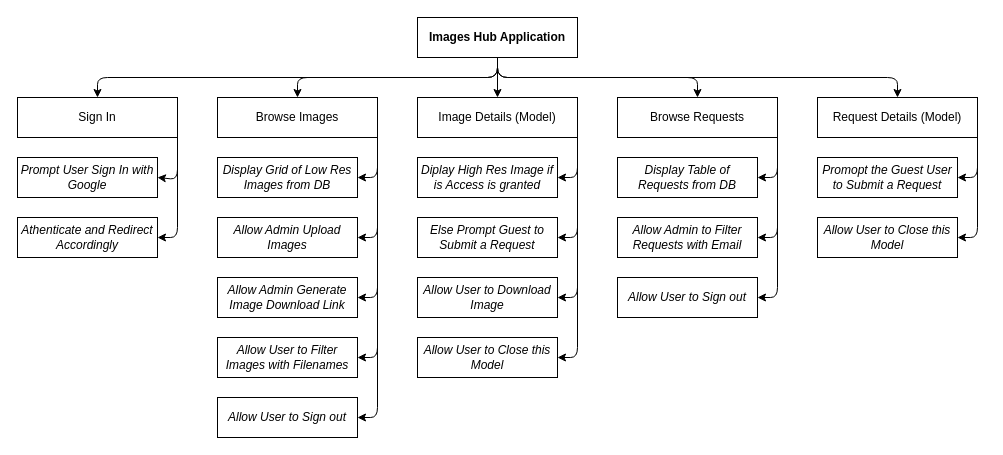
Above: design/decomposition.drawio in ska-sa/images-hub (draw.io), before the change. Source tidied: cells renumbered, new cells numbered last; positions are measured from the earlier drawing's top-left corner, leaving out a move shared by most shapes. Both pictures are drawn from the tidied source at 100%, with x=0, y=0 at pixel (17, 17).
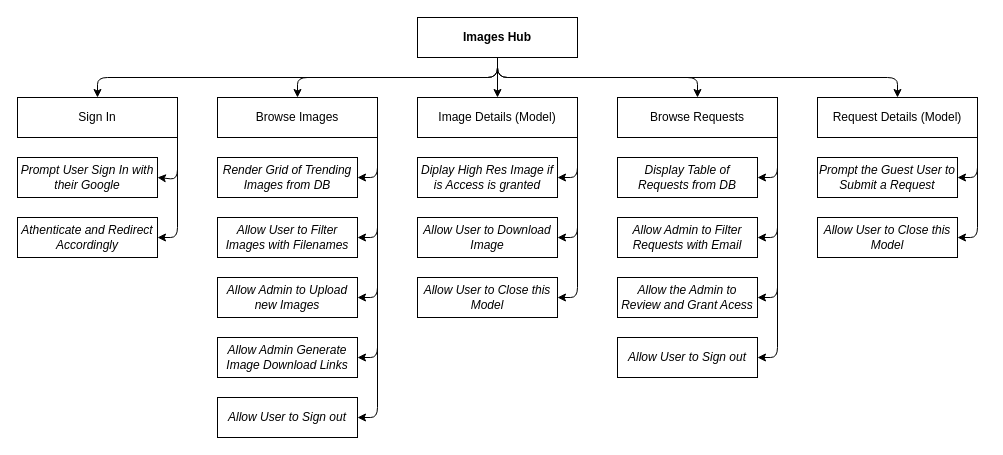
The same diagram, later.

Commit message:
Updated Image Server block name

Unchanged cells that the change refers to:
```xml
<mxCell id="21" value="&lt;span&gt;&lt;font style=&quot;color: rgb(0, 0, 0);&quot;&gt;Image Details (Model)&lt;/font&gt;&lt;/span&gt;" style="rounded=0;whiteSpace=wrap;html=1;labelBackgroundColor=none;strokeColor=#000000;strokeWidth=1;fontColor=#000000;fillColor=#FFFFFF;fontStyle=0;" parent="1" vertex="1">
  <mxGeometry x="400" y="80" width="160" height="40" as="geometry" />
</mxCell>
<mxCell id="25" value="&lt;span&gt;&lt;font style=&quot;color: rgb(0, 0, 0);&quot;&gt;Browse Requests&lt;/font&gt;&lt;/span&gt;" style="rounded=0;whiteSpace=wrap;html=1;labelBackgroundColor=none;strokeColor=#000000;strokeWidth=1;fontColor=#000000;fillColor=#FFFFFF;fontStyle=0;" parent="1" vertex="1">
  <mxGeometry x="600" y="80" width="160" height="40" as="geometry" />
</mxCell>
```

What changed in the source:
```diff
@@
-    <mxCell id="7" value="&lt;b&gt;&lt;font style=&quot;color: rgb(0, 0, 0);&quot;&gt;Images Hub Application&lt;/font&gt;&lt;/b&gt;" style="rounded=0;whiteSpace=wrap;html=1;labelBackgroundColor=none;strokeColor=#000000;strokeWidth=1;fontColor=#000000;fillColor=#FFFFFF;" parent="1" vertex="1">
+    <mxCell id="7" value="&lt;b&gt;&lt;font style=&quot;color: rgb(0, 0, 0);&quot;&gt;Images Hub&lt;/font&gt;&lt;/b&gt;" style="rounded=0;whiteSpace=wrap;html=1;labelBackgroundColor=none;strokeColor=#000000;strokeWidth=1;fontColor=#000000;fillColor=#FFFFFF;" parent="1" vertex="1">
       <mxGeometry x="400" width="160" height="40" as="geometry" />
     </mxCell>
@@
-    <mxCell id="20" style="edgeStyle=none;html=1;exitX=1;exitY=1;exitDx=0;exitDy=0;entryX=1;entryY=0.5;entryDx=0;entryDy=0;" parent="1" edge="1" source="21" target="35">
-      <mxGeometry relative="1" as="geometry">
-        <Array as="points">
-          <mxPoint x="560" y="340" />
-        </Array>
-      </mxGeometry>
-    </mxCell>
@@
+    <mxCell id="45" style="edgeStyle=none;html=1;exitX=1;exitY=1;exitDx=0;exitDy=0;entryX=1;entryY=0.5;entryDx=0;entryDy=0;" parent="1" edge="1" source="25" target="46">
+      <mxGeometry relative="1" as="geometry">
+        <Array as="points">
+          <mxPoint x="760" y="340" />
+        </Array>
+      </mxGeometry>
+    </mxCell>
@@
-    <mxCell id="30" value="&lt;span style=&quot;color: rgb(0, 0, 0);&quot;&gt;Allow Admin Generate Image Download Link&lt;/span&gt;" style="rounded=0;whiteSpace=wrap;html=1;labelBackgroundColor=none;strokeColor=#000000;strokeWidth=1;fontColor=#000000;fillColor=#FFFFFF;fontStyle=2;" parent="1" vertex="1">
+    <mxCell id="30" value="&lt;span style=&quot;color: rgb(0, 0, 0);&quot;&gt;Allow Admin to Upload new Images&lt;/span&gt;" style="rounded=0;whiteSpace=wrap;html=1;labelBackgroundColor=none;strokeColor=#000000;strokeWidth=1;fontColor=#000000;fillColor=#FFFFFF;fontStyle=2;" parent="1" vertex="1">
       <mxGeometry x="200" y="260" width="140" height="40" as="geometry" />
     </mxCell>
-    <mxCell id="31" value="&lt;span style=&quot;color: rgb(0, 0, 0);&quot;&gt;Allow User to Filter Images with Filenames&lt;/span&gt;" style="rounded=0;whiteSpace=wrap;html=1;labelBackgroundColor=none;strokeColor=#000000;strokeWidth=1;fontColor=#000000;fillColor=#FFFFFF;fontStyle=2;" parent="1" vertex="1">
+    <mxCell id="31" value="&lt;span style=&quot;color: rgb(0, 0, 0);&quot;&gt;Allow Admin Generate Image Download Links&lt;/span&gt;" style="rounded=0;whiteSpace=wrap;html=1;labelBackgroundColor=none;strokeColor=#000000;strokeWidth=1;fontColor=#000000;fillColor=#FFFFFF;fontStyle=2;" parent="1" vertex="1">
       <mxGeometry x="200" y="320" width="140" height="40" as="geometry" />
     </mxCell>
@@
-    <mxCell id="33" value="Else Prompt Guest to Submit a Request" style="rounded=0;whiteSpace=wrap;html=1;labelBackgroundColor=none;strokeColor=#000000;strokeWidth=1;fontColor=#000000;fillColor=#FFFFFF;fontStyle=2;" parent="1" vertex="1">
+    <mxCell id="33" value="&lt;span style=&quot;color: rgb(0, 0, 0);&quot;&gt;Allow User to Download Image&lt;/span&gt;" style="rounded=0;whiteSpace=wrap;html=1;labelBackgroundColor=none;strokeColor=#000000;strokeWidth=1;fontColor=#000000;fillColor=#FFFFFF;fontStyle=2;" parent="1" vertex="1">
       <mxGeometry x="400" y="200" width="140" height="40" as="geometry" />
     </mxCell>
-    <mxCell id="34" value="Display Grid of Low Res Images from DB" style="rounded=0;whiteSpace=wrap;html=1;labelBackgroundColor=none;strokeColor=#000000;strokeWidth=1;fontColor=#000000;fillColor=#FFFFFF;fontStyle=2;" parent="1" vertex="1">
+    <mxCell id="34" value="Render Grid of Trending Images from DB" style="rounded=0;whiteSpace=wrap;html=1;labelBackgroundColor=none;strokeColor=#000000;strokeWidth=1;fontColor=#000000;fillColor=#FFFFFF;fontStyle=2;" parent="1" vertex="1">
       <mxGeometry x="200" y="140" width="140" height="40" as="geometry" />
     </mxCell>
-    <mxCell id="35" value="Allow User to Close this Model" style="rounded=0;whiteSpace=wrap;html=1;labelBackgroundColor=none;strokeColor=#000000;strokeWidth=1;fontColor=#000000;fillColor=#FFFFFF;fontStyle=2;" parent="1" vertex="1">
-      <mxGeometry x="400" y="320" width="140" height="40" as="geometry" />
-    </mxCell>
@@
-    <mxCell id="38" value="Allow User to Sign out" style="rounded=0;whiteSpace=wrap;html=1;labelBackgroundColor=none;strokeColor=#000000;strokeWidth=1;fontColor=#000000;fillColor=#FFFFFF;fontStyle=2;" parent="1" vertex="1">
+    <mxCell id="38" value="Allow the Admin to Review and Grant Acess" style="rounded=0;whiteSpace=wrap;html=1;labelBackgroundColor=none;strokeColor=#000000;strokeWidth=1;fontColor=#000000;fillColor=#FFFFFF;fontStyle=2;" parent="1" vertex="1">
       <mxGeometry x="600" y="260" width="140" height="40" as="geometry" />
     </mxCell>
@@
-    <mxCell id="40" value="Promopt the Guest User to Submit a Request" style="rounded=0;whiteSpace=wrap;html=1;labelBackgroundColor=none;strokeColor=#000000;strokeWidth=1;fontColor=#000000;fillColor=#FFFFFF;fontStyle=2;" parent="1" vertex="1">
+    <mxCell id="40" value="Prompt the Guest User to Submit a Request" style="rounded=0;whiteSpace=wrap;html=1;labelBackgroundColor=none;strokeColor=#000000;strokeWidth=1;fontColor=#000000;fillColor=#FFFFFF;fontStyle=2;" parent="1" vertex="1">
       <mxGeometry x="800" y="140" width="140" height="40" as="geometry" />
     </mxCell>
-    <mxCell id="41" value="Allow User to Download Image" style="rounded=0;whiteSpace=wrap;html=1;labelBackgroundColor=none;strokeColor=#000000;strokeWidth=1;fontColor=#000000;fillColor=#FFFFFF;fontStyle=2;" parent="1" vertex="1">
+    <mxCell id="41" value="&lt;span style=&quot;color: rgb(0, 0, 0);&quot;&gt;Allow User to Close this Model&lt;/span&gt;" style="rounded=0;whiteSpace=wrap;html=1;labelBackgroundColor=none;strokeColor=#000000;strokeWidth=1;fontColor=#000000;fillColor=#FFFFFF;fontStyle=2;" parent="1" vertex="1">
       <mxGeometry x="400" y="260" width="140" height="40" as="geometry" />
     </mxCell>
-    <mxCell id="42" value="Prompt User Sign In with Google" style="rounded=0;whiteSpace=wrap;html=1;labelBackgroundColor=none;strokeColor=#000000;strokeWidth=1;fontColor=#000000;fillColor=#FFFFFF;fontStyle=2;" parent="1" vertex="1">
+    <mxCell id="42" value="Prompt User Sign In with their Google" style="rounded=0;whiteSpace=wrap;html=1;labelBackgroundColor=none;strokeColor=#000000;strokeWidth=1;fontColor=#000000;fillColor=#FFFFFF;fontStyle=2;" parent="1" vertex="1">
       <mxGeometry y="140" width="140" height="40" as="geometry" />
     </mxCell>
-    <mxCell id="43" value="Allow Admin Upload Images" style="rounded=0;whiteSpace=wrap;html=1;labelBackgroundColor=none;strokeColor=#000000;strokeWidth=1;fontColor=#000000;fillColor=#FFFFFF;fontStyle=2;" parent="1" vertex="1">
+    <mxCell id="43" value="&lt;span style=&quot;color: rgb(0, 0, 0);&quot;&gt;Allow User to Filter Images with Filenames&lt;/span&gt;" style="rounded=0;whiteSpace=wrap;html=1;labelBackgroundColor=none;strokeColor=#000000;strokeWidth=1;fontColor=#000000;fillColor=#FFFFFF;fontStyle=2;" parent="1" vertex="1">
       <mxGeometry x="200" y="200" width="140" height="40" as="geometry" />
     </mxCell>
@@
+    <mxCell id="46" value="Allow User to Sign out" style="rounded=0;whiteSpace=wrap;html=1;labelBackgroundColor=none;strokeColor=#000000;strokeWidth=1;fontColor=#000000;fillColor=#FFFFFF;fontStyle=2;" parent="1" vertex="1">
+      <mxGeometry x="600" y="320" width="140" height="40" as="geometry" />
+    </mxCell>
```
